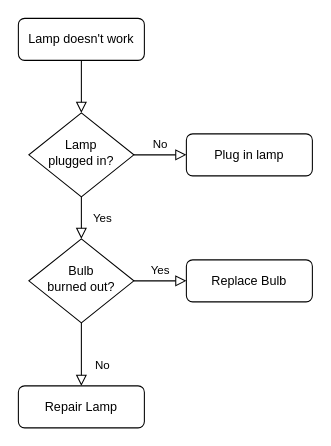
Above: Diagrama sem nome.drawio in Lucasgabrielferreira/ProgramacaoWeb (draw.io), before the change. Source tidied: cells renumbered, new cells numbered last; positions are measured from the earlier drawing's top-left corner, leaving out a move shared by most shapes. Both pictures are drawn from the tidied source at 105%, with x=0, y=0 at pixel (18, 18).
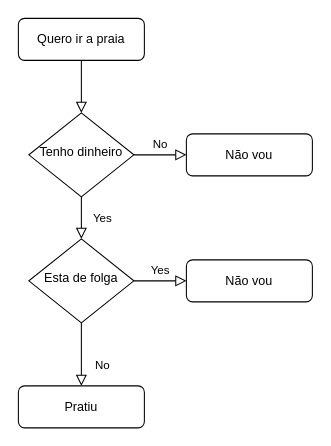
The same diagram, later.

The edit, as a diff of the source:
```diff
@@
 <mxGraphModel>
   <root>
     <mxCell id="0" />
     <mxCell id="1" parent="0" />
     <mxCell id="2" style="rounded=0;html=1;jettySize=auto;fontSize=11;endArrow=block;endFill=0;endSize=8;strokeWidth=1;shadow=0;labelBackgroundColor=none;edgeStyle=orthogonalEdgeStyle;" parent="1" edge="1" source="3" target="6">
       <mxGeometry relative="1" as="geometry" />
     </mxCell>
-    <mxCell id="3" value="Lamp doesn't work" style="rounded=1;whiteSpace=wrap;html=1;fontSize=12;glass=0;strokeWidth=1;shadow=0;" parent="1" vertex="1">
+    <mxCell id="3" value="Quero ir a praia" style="rounded=1;whiteSpace=wrap;html=1;fontSize=12;glass=0;strokeWidth=1;shadow=0;" parent="1" vertex="1">
       <mxGeometry width="120" height="40" as="geometry" />
     </mxCell>
     <mxCell id="4" value="Yes" style="rounded=0;html=1;jettySize=auto;fontSize=11;endArrow=block;endFill=0;endSize=8;strokeWidth=1;shadow=0;labelBackgroundColor=none;edgeStyle=orthogonalEdgeStyle;" parent="1" edge="1" source="6" target="10">
       <mxGeometry y="20" relative="1" as="geometry" />
     </mxCell>
     <mxCell id="5" value="No" style="edgeStyle=orthogonalEdgeStyle;rounded=0;html=1;jettySize=auto;fontSize=11;endArrow=block;endFill=0;endSize=8;strokeWidth=1;shadow=0;labelBackgroundColor=none;" parent="1" edge="1" source="6" target="7">
       <mxGeometry y="10" relative="1" as="geometry" />
     </mxCell>
-    <mxCell id="6" value="Lamp&lt;br&gt;plugged in?" style="rhombus;whiteSpace=wrap;html=1;shadow=0;fontFamily=Helvetica;fontSize=12;align=center;strokeWidth=1;spacing=6;spacingTop=-4;" parent="1" vertex="1">
+    <mxCell id="6" value="Tenho dinheiro" style="rhombus;whiteSpace=wrap;html=1;shadow=0;fontFamily=Helvetica;fontSize=12;align=center;strokeWidth=1;spacing=6;spacingTop=-4;" parent="1" vertex="1">
       <mxGeometry x="10" y="90" width="100" height="80" as="geometry" />
     </mxCell>
-    <mxCell id="7" value="Plug in lamp" style="rounded=1;whiteSpace=wrap;html=1;fontSize=12;glass=0;strokeWidth=1;shadow=0;" parent="1" vertex="1">
+    <mxCell id="7" value="Não vou" style="rounded=1;whiteSpace=wrap;html=1;fontSize=12;glass=0;strokeWidth=1;shadow=0;" parent="1" vertex="1">
       <mxGeometry x="160" y="110" width="120" height="40" as="geometry" />
     </mxCell>
     <mxCell id="8" value="No" style="rounded=0;html=1;jettySize=auto;fontSize=11;endArrow=block;endFill=0;endSize=8;strokeWidth=1;shadow=0;labelBackgroundColor=none;edgeStyle=orthogonalEdgeStyle;" parent="1" edge="1" source="10" target="11">
       <mxGeometry x="0.33" y="20" relative="1" as="geometry" />
     </mxCell>
     <mxCell id="9" value="Yes" style="edgeStyle=orthogonalEdgeStyle;rounded=0;html=1;jettySize=auto;fontSize=11;endArrow=block;endFill=0;endSize=8;strokeWidth=1;shadow=0;labelBackgroundColor=none;" parent="1" edge="1" source="10" target="12">
       <mxGeometry y="10" relative="1" as="geometry" />
     </mxCell>
-    <mxCell id="10" value="Bulb&lt;br&gt;burned out?" style="rhombus;whiteSpace=wrap;html=1;shadow=0;fontFamily=Helvetica;fontSize=12;align=center;strokeWidth=1;spacing=6;spacingTop=-4;" parent="1" vertex="1">
+    <mxCell id="10" value="Esta de folga" style="rhombus;whiteSpace=wrap;html=1;shadow=0;fontFamily=Helvetica;fontSize=12;align=center;strokeWidth=1;spacing=6;spacingTop=-4;" parent="1" vertex="1">
       <mxGeometry x="10" y="210" width="100" height="80" as="geometry" />
     </mxCell>
-    <mxCell id="11" value="Repair Lamp" style="rounded=1;whiteSpace=wrap;html=1;fontSize=12;glass=0;strokeWidth=1;shadow=0;" parent="1" vertex="1">
+    <mxCell id="11" value="Pratiu" style="rounded=1;whiteSpace=wrap;html=1;fontSize=12;glass=0;strokeWidth=1;shadow=0;" parent="1" vertex="1">
       <mxGeometry y="350" width="120" height="40" as="geometry" />
     </mxCell>
-    <mxCell id="12" value="Replace Bulb" style="rounded=1;whiteSpace=wrap;html=1;fontSize=12;glass=0;strokeWidth=1;shadow=0;" parent="1" vertex="1">
+    <mxCell id="12" value="Não vou" style="rounded=1;whiteSpace=wrap;html=1;fontSize=12;glass=0;strokeWidth=1;shadow=0;" parent="1" vertex="1">
       <mxGeometry x="160" y="230" width="120" height="40" as="geometry" />
     </mxCell>
   </root>
 </mxGraphModel>
```
